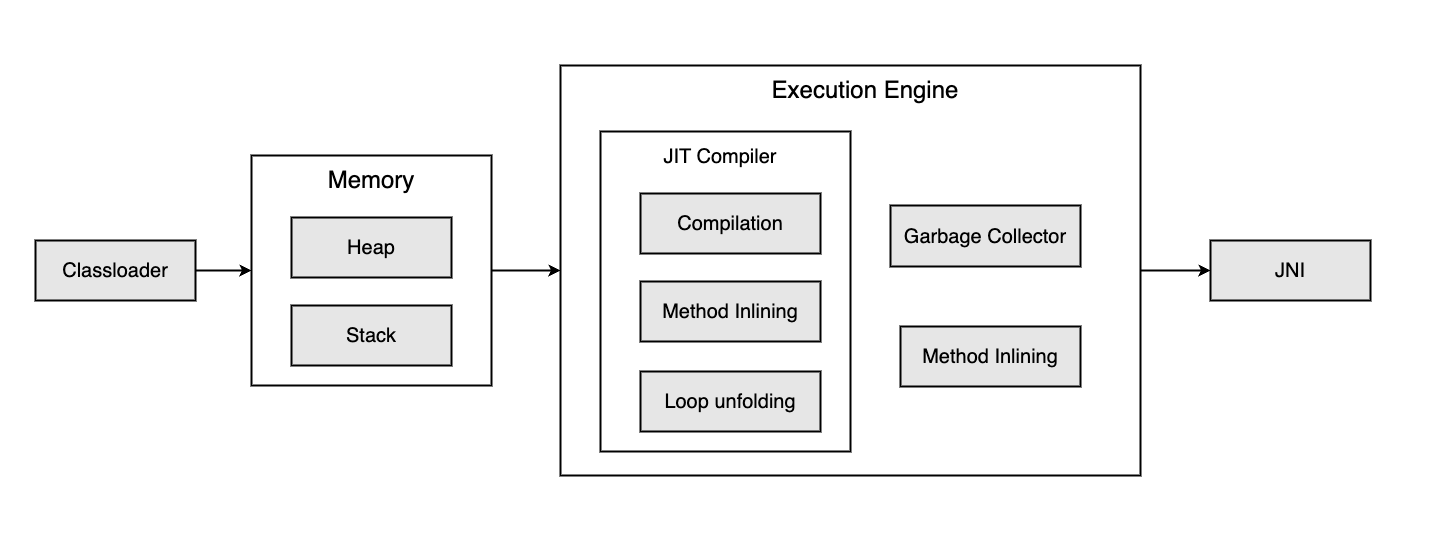
Before: media/PerformanceTracking-JVM.drawio.png, a diagram exported from draw.io (arditymeri/performance-measurement-and-optimization). Source tidied: cells renumbered, new cells last; positions are measured from the earlier drawing's top-left corner, leaving out a move shared by most shapes. The source it was exported from:
```xml
<mxGraphModel>
  <root>
    <mxCell id="0" />
    <mxCell id="1" parent="0" />
    <mxCell id="2" style="rounded=0;whiteSpace=wrap;html=1;strokeWidth=2;strokeColor=none;" parent="1" vertex="1">
      <mxGeometry width="1450" height="540" as="geometry" />
    </mxCell>
    <mxCell id="3" style="edgeStyle=orthogonalEdgeStyle;rounded=0;jettySize=auto;html=1;entryX=0;entryY=0.5;entryDx=0;entryDy=0;strokeWidth=2;" parent="1" edge="1" source="4" target="6">
      <mxGeometry relative="1" as="geometry" />
    </mxCell>
    <mxCell id="4" value="Classloader" style="rounded=0;whiteSpace=wrap;html=1;fontSize=20;fillColor=#E6E6E6;strokeWidth=2;" parent="1" vertex="1">
      <mxGeometry x="35" y="240" width="160" height="60" as="geometry" />
    </mxCell>
    <mxCell id="5" style="edgeStyle=orthogonalEdgeStyle;rounded=0;jettySize=auto;html=1;entryX=0;entryY=0.5;entryDx=0;entryDy=0;strokeWidth=2;" parent="1" edge="1" source="6" target="11">
      <mxGeometry relative="1" as="geometry" />
    </mxCell>
    <mxCell id="6" style="rounded=0;whiteSpace=wrap;html=1;strokeWidth=2;" parent="1" vertex="1">
      <mxGeometry x="251" y="155" width="240" height="230" as="geometry" />
    </mxCell>
    <mxCell id="7" value="Heap" style="rounded=0;whiteSpace=wrap;html=1;fontSize=20;fillColor=#E6E6E6;strokeWidth=2;" parent="1" vertex="1">
      <mxGeometry x="291" y="217" width="160" height="60" as="geometry" />
    </mxCell>
    <mxCell id="8" value="Stack" style="rounded=0;whiteSpace=wrap;html=1;fontSize=20;fillColor=#E6E6E6;strokeWidth=2;" parent="1" vertex="1">
      <mxGeometry x="291" y="305" width="160" height="60" as="geometry" />
    </mxCell>
    <mxCell id="9" value="Memory" style="text;html=1;align=center;verticalAlign=middle;whiteSpace=wrap;rounded=0;fontSize=24;strokeWidth=2;" parent="1" vertex="1">
      <mxGeometry x="341" y="165" width="60" height="30" as="geometry" />
    </mxCell>
    <mxCell id="10" style="edgeStyle=orthogonalEdgeStyle;rounded=0;jettySize=auto;html=1;entryX=0;entryY=0.5;entryDx=0;entryDy=0;strokeWidth=2;" parent="1" edge="1" source="11" target="19">
      <mxGeometry relative="1" as="geometry" />
    </mxCell>
    <mxCell id="11" style="rounded=0;whiteSpace=wrap;html=1;strokeWidth=2;" parent="1" vertex="1">
      <mxGeometry x="560" y="65" width="580" height="410" as="geometry" />
    </mxCell>
    <mxCell id="12" style="rounded=0;whiteSpace=wrap;html=1;strokeWidth=2;" parent="1" vertex="1">
      <mxGeometry x="600" y="131" width="250" height="320" as="geometry" />
    </mxCell>
    <mxCell id="13" value="Compilation" style="rounded=0;whiteSpace=wrap;html=1;fontSize=20;fillColor=#E6E6E6;strokeWidth=2;" parent="1" vertex="1">
      <mxGeometry x="640" y="193" width="180" height="60" as="geometry" />
    </mxCell>
    <mxCell id="14" value="Method Inlining" style="rounded=0;whiteSpace=wrap;html=1;fontSize=20;fillColor=#E6E6E6;strokeWidth=2;" parent="1" vertex="1">
      <mxGeometry x="640" y="281" width="180" height="60" as="geometry" />
    </mxCell>
    <mxCell id="15" value="JIT Compiler" style="text;html=1;align=center;verticalAlign=middle;whiteSpace=wrap;rounded=0;fontSize=20;strokeWidth=2;" parent="1" vertex="1">
      <mxGeometry x="660" y="141" width="120" height="30" as="geometry" />
    </mxCell>
    <mxCell id="16" value="Loop unfolding" style="rounded=0;whiteSpace=wrap;html=1;fontSize=20;fillColor=#E6E6E6;strokeWidth=2;" parent="1" vertex="1">
      <mxGeometry x="640" y="371" width="180" height="60" as="geometry" />
    </mxCell>
    <mxCell id="17" value="Method Inlining" style="rounded=0;whiteSpace=wrap;html=1;fontSize=20;fillColor=#E6E6E6;strokeWidth=2;" parent="1" vertex="1">
      <mxGeometry x="900" y="326" width="180" height="60" as="geometry" />
    </mxCell>
    <mxCell id="18" value="Garbage Collector" style="rounded=0;whiteSpace=wrap;html=1;fontSize=20;fillColor=#E6E6E6;strokeWidth=2;" parent="1" vertex="1">
      <mxGeometry x="890" y="205" width="190" height="61" as="geometry" />
    </mxCell>
    <mxCell id="19" value="JNI" style="rounded=0;whiteSpace=wrap;html=1;fontSize=20;fillColor=#E6E6E6;strokeWidth=2;" parent="1" vertex="1">
      <mxGeometry x="1210" y="240" width="160" height="60" as="geometry" />
    </mxCell>
    <mxCell id="20" value="Execution Engine" style="text;html=1;align=center;verticalAlign=middle;whiteSpace=wrap;rounded=0;fontSize=24;strokeWidth=2;" parent="1" vertex="1">
      <mxGeometry x="730" y="75" width="270" height="30" as="geometry" />
    </mxCell>
  </root>
</mxGraphModel>
```
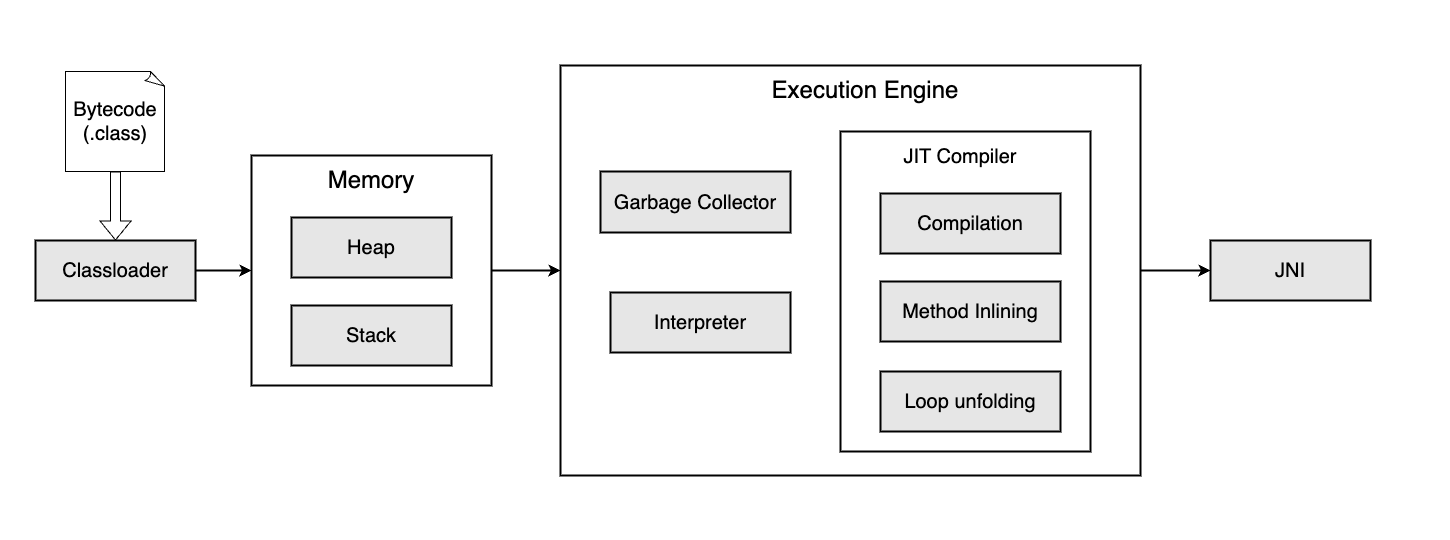
After the commit.

Change to the diagram source:
```diff
@@ -33,25 +33,25 @@
       <mxGeometry x="560" y="65" width="580" height="410" as="geometry" />
     </mxCell>
     <mxCell id="12" style="rounded=0;whiteSpace=wrap;html=1;strokeWidth=2;" parent="1" vertex="1">
-      <mxGeometry x="600" y="131" width="250" height="320" as="geometry" />
+      <mxGeometry x="840" y="131" width="250" height="320" as="geometry" />
     </mxCell>
     <mxCell id="13" value="Compilation" style="rounded=0;whiteSpace=wrap;html=1;fontSize=20;fillColor=#E6E6E6;strokeWidth=2;" parent="1" vertex="1">
-      <mxGeometry x="640" y="193" width="180" height="60" as="geometry" />
+      <mxGeometry x="880" y="193" width="180" height="60" as="geometry" />
     </mxCell>
     <mxCell id="14" value="Method Inlining" style="rounded=0;whiteSpace=wrap;html=1;fontSize=20;fillColor=#E6E6E6;strokeWidth=2;" parent="1" vertex="1">
-      <mxGeometry x="640" y="281" width="180" height="60" as="geometry" />
+      <mxGeometry x="880" y="281" width="180" height="60" as="geometry" />
     </mxCell>
     <mxCell id="15" value="JIT Compiler" style="text;html=1;align=center;verticalAlign=middle;whiteSpace=wrap;rounded=0;fontSize=20;strokeWidth=2;" parent="1" vertex="1">
-      <mxGeometry x="660" y="141" width="120" height="30" as="geometry" />
+      <mxGeometry x="900" y="141" width="120" height="30" as="geometry" />
     </mxCell>
     <mxCell id="16" value="Loop unfolding" style="rounded=0;whiteSpace=wrap;html=1;fontSize=20;fillColor=#E6E6E6;strokeWidth=2;" parent="1" vertex="1">
-      <mxGeometry x="640" y="371" width="180" height="60" as="geometry" />
+      <mxGeometry x="880" y="371" width="180" height="60" as="geometry" />
     </mxCell>
-    <mxCell id="17" value="Method Inlining" style="rounded=0;whiteSpace=wrap;html=1;fontSize=20;fillColor=#E6E6E6;strokeWidth=2;" parent="1" vertex="1">
-      <mxGeometry x="900" y="326" width="180" height="60" as="geometry" />
+    <mxCell id="17" value="Interpreter" style="rounded=0;whiteSpace=wrap;html=1;fontSize=20;fillColor=#E6E6E6;strokeWidth=2;" parent="1" vertex="1">
+      <mxGeometry x="610" y="292" width="180" height="60" as="geometry" />
     </mxCell>
     <mxCell id="18" value="Garbage Collector" style="rounded=0;whiteSpace=wrap;html=1;fontSize=20;fillColor=#E6E6E6;strokeWidth=2;" parent="1" vertex="1">
-      <mxGeometry x="890" y="205" width="190" height="61" as="geometry" />
+      <mxGeometry x="600" y="171" width="190" height="61" as="geometry" />
     </mxCell>
     <mxCell id="19" value="JNI" style="rounded=0;whiteSpace=wrap;html=1;fontSize=20;fillColor=#E6E6E6;strokeWidth=2;" parent="1" vertex="1">
       <mxGeometry x="1210" y="240" width="160" height="60" as="geometry" />
@@ -59,5 +59,13 @@
     <mxCell id="20" value="Execution Engine" style="text;html=1;align=center;verticalAlign=middle;whiteSpace=wrap;rounded=0;fontSize=24;strokeWidth=2;" parent="1" vertex="1">
       <mxGeometry x="730" y="75" width="270" height="30" as="geometry" />
     </mxCell>
+    <mxCell id="21" style="shape=flexArrow;endArrow=classic;html=1;rounded=0;exitX=0.5;exitY=1;exitDx=0;exitDy=0;entryX=0.5;entryY=0;entryDx=0;entryDy=0;" parent="1" edge="1" target="4">
+      <mxGeometry relative="1" as="geometry">
+        <mxPoint x="115" y="171" as="sourcePoint" />
+      </mxGeometry>
+    </mxCell>
+    <mxCell id="22" value="&lt;font style=&quot;font-size: 20px;&quot;&gt;Bytecode&lt;/font&gt;&lt;div style=&quot;font-size: 20px;&quot;&gt;&lt;font style=&quot;font-size: 20px;&quot;&gt;(.class)&lt;/font&gt;&lt;/div&gt;" style="whiteSpace=wrap;html=1;shape=mxgraph.basic.document;" parent="1" vertex="1">
+      <mxGeometry x="65" y="71" width="100" height="100" as="geometry" />
+    </mxCell>
   </root>
 </mxGraphModel>
```
